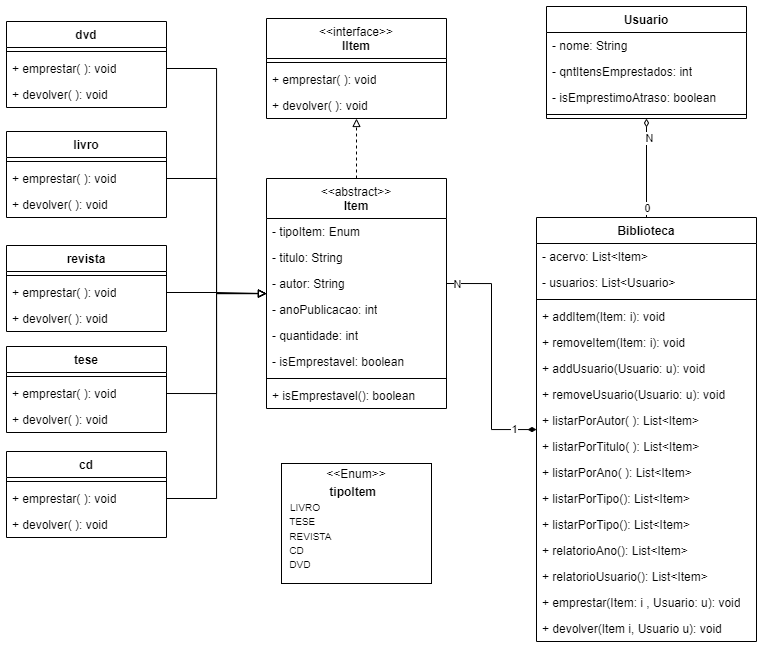
The draw.io diagram docs/diagramas/ClassDiagramLib.png in PUCAulas/projeto-3-jully-bmw, before a commit. Source tidied: cells renumbered, new cells last; positions are measured from the earlier drawing's top-left corner, leaving out a move shared by most shapes.
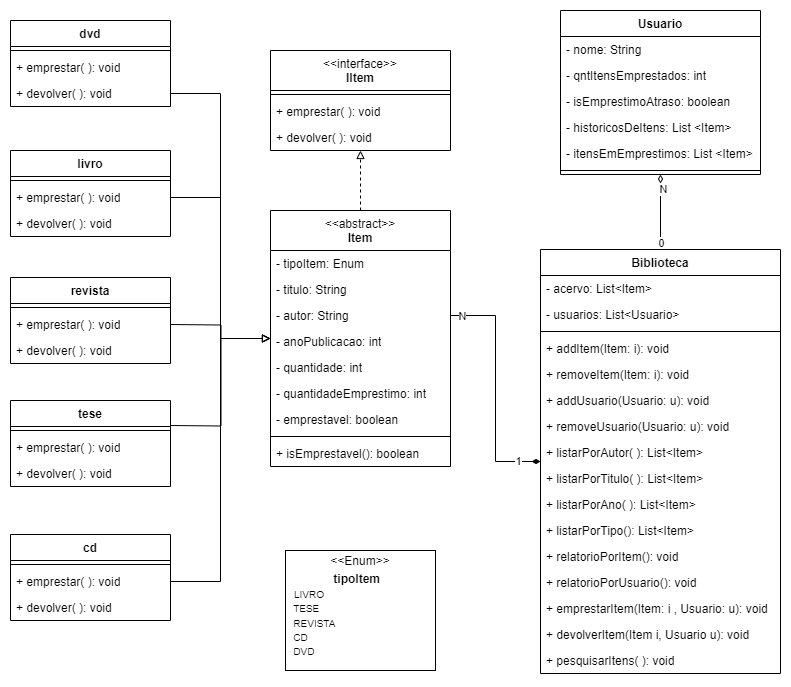
The same diagram one commit later.

Commit message:
updated class diagram

Diff of the diagram source:
```diff
@@ -5,3 +5,3 @@
     <mxCell id="2" value="Usuario" style="swimlane;fontStyle=1;align=center;verticalAlign=top;horizontal=1;startSize=26;whiteSpace=wrap;html=1;" parent="1" vertex="1">
-      <mxGeometry x="540" width="200" height="112" as="geometry" />
+      <mxGeometry x="550" y="-28" width="200" height="164" as="geometry" />
     </mxCell>
@@ -16,4 +16,10 @@
     </mxCell>
+    <mxCell id="70" value="- historicosDeItens: List &amp;lt;Item&amp;gt;" style="text;strokeColor=none;fillColor=none;align=left;verticalAlign=top;spacingLeft=4;spacingRight=4;overflow=hidden;whiteSpace=wrap;html=1;" parent="2" vertex="1">
+      <mxGeometry y="104" width="200" height="26" as="geometry" />
+    </mxCell>
+    <mxCell id="71" value="- itensEmEmprestimos: List &amp;lt;Item&amp;gt;" style="text;strokeColor=none;fillColor=none;align=left;verticalAlign=top;spacingLeft=4;spacingRight=4;overflow=hidden;whiteSpace=wrap;html=1;" parent="2" vertex="1">
+      <mxGeometry y="130" width="200" height="26" as="geometry" />
+    </mxCell>
     <mxCell id="6" style="line;strokeWidth=1;fillColor=none;align=left;verticalAlign=middle;spacingTop=-1;spacingLeft=3;spacingRight=3;labelPosition=right;strokeColor=inherit;" parent="2" vertex="1">
-      <mxGeometry y="104" width="200" height="8" as="geometry" />
+      <mxGeometry y="156" width="200" height="8" as="geometry" />
     </mxCell>
@@ -23,3 +29,3 @@
     <mxCell id="8" value="&lt;span style=&quot;font-weight: normal;&quot;&gt;&amp;lt;&amp;lt;abstract&amp;gt;&amp;gt;&lt;/span&gt;&lt;br&gt;Item" style="swimlane;fontStyle=1;align=center;verticalAlign=top;horizontal=1;startSize=40;whiteSpace=wrap;html=1;" parent="1" vertex="1">
-      <mxGeometry x="260" y="172" width="180" height="230" as="geometry" />
+      <mxGeometry x="260" y="172" width="180" height="256" as="geometry" />
     </mxCell>
@@ -40,10 +46,13 @@
     </mxCell>
+    <mxCell id="72" value="- quantidadeEmprestimo: int" style="text;strokeColor=none;fillColor=none;align=left;verticalAlign=top;spacingLeft=4;spacingRight=4;overflow=hidden;whiteSpace=wrap;html=1;" parent="8" vertex="1">
+      <mxGeometry y="170" width="180" height="26" as="geometry" />
+    </mxCell>
-    <mxCell id="14" value="- isEmprestavel: boolean" style="text;strokeColor=none;fillColor=none;align=left;verticalAlign=top;spacingLeft=4;spacingRight=4;overflow=hidden;whiteSpace=wrap;html=1;" parent="8" vertex="1">
-      <mxGeometry y="170" width="180" height="26" as="geometry" />
+    <mxCell id="14" value="- emprestavel: boolean" style="text;strokeColor=none;fillColor=none;align=left;verticalAlign=top;spacingLeft=4;spacingRight=4;overflow=hidden;whiteSpace=wrap;html=1;" parent="8" vertex="1">
+      <mxGeometry y="196" width="180" height="26" as="geometry" />
     </mxCell>
     <mxCell id="15" style="line;strokeWidth=1;fillColor=none;align=left;verticalAlign=middle;spacingTop=-1;spacingLeft=3;spacingRight=3;labelPosition=right;strokeColor=inherit;" parent="8" vertex="1">
-      <mxGeometry y="196" width="180" height="8" as="geometry" />
+      <mxGeometry y="222" width="180" height="8" as="geometry" />
     </mxCell>
     <mxCell id="16" value="+ isEmprestavel(): boolean" style="text;strokeColor=none;fillColor=none;align=left;verticalAlign=top;spacingLeft=4;spacingRight=4;overflow=hidden;whiteSpace=wrap;html=1;" parent="8" vertex="1">
-      <mxGeometry y="204" width="180" height="26" as="geometry" />
+      <mxGeometry y="230" width="180" height="26" as="geometry" />
     </mxCell>
@@ -62,3 +71,3 @@
     <mxCell id="21" value="&lt;p style=&quot;margin: 4px 0px 0px; text-align: center;&quot;&gt;&amp;lt;&amp;lt;Enum&amp;gt;&amp;gt;&lt;/p&gt;&lt;p style=&quot;margin: 4px 0px 0px; text-align: center;&quot;&gt;&lt;b&gt;tipoItem&lt;/b&gt;&lt;span style=&quot;background-color: initial; text-align: left;&quot;&gt;&amp;nbsp;&amp;nbsp;&lt;/span&gt;&lt;/p&gt;&amp;nbsp;&lt;font style=&quot;font-size: 10px;&quot;&gt; &amp;nbsp;LIVRO&lt;br&gt;&amp;nbsp; &amp;nbsp;TESE&lt;br&gt;&amp;nbsp; &amp;nbsp;REVISTA&lt;br&gt;&amp;nbsp; &amp;nbsp;CD&lt;br&gt;&amp;nbsp; &amp;nbsp;DVD&lt;/font&gt;" style="verticalAlign=top;align=left;overflow=fill;fontSize=12;fontFamily=Helvetica;html=1;whiteSpace=wrap;fontStyle=0;" parent="1" vertex="1">
-      <mxGeometry x="275" y="457" width="150" height="120" as="geometry" />
+      <mxGeometry x="275" y="512" width="150" height="120" as="geometry" />
     </mxCell>
@@ -70,5 +79,5 @@
     </mxCell>
-    <mxCell id="24" value="+ emprestar( ): void" style="text;strokeColor=none;fillColor=none;align=left;verticalAlign=top;spacingLeft=4;spacingRight=4;overflow=hidden;points=[[0,0.5],[1,0.5]];portConstraint=eastwest;whiteSpace=wrap;html=1;" parent="22" vertex="1">
-      <mxGeometry y="34" width="160" height="26" as="geometry" />
-    </mxCell>
+    <mxCell id="73" value="+ emprestar( ): void" style="text;strokeColor=none;fillColor=none;align=left;verticalAlign=top;spacingLeft=4;spacingRight=4;overflow=hidden;whiteSpace=wrap;html=1;" parent="22" vertex="1">
+      <mxGeometry y="34" width="160" height="26" as="geometry" />
+    </mxCell>
     <mxCell id="25" value="+ devolver( ): void" style="text;strokeColor=none;fillColor=none;align=left;verticalAlign=top;spacingLeft=4;spacingRight=4;overflow=hidden;whiteSpace=wrap;html=1;" parent="22" vertex="1">
@@ -77,3 +86,3 @@
     <mxCell id="26" value="livro" style="swimlane;fontStyle=1;align=center;verticalAlign=top;horizontal=1;startSize=26;whiteSpace=wrap;html=1;" parent="1" vertex="1">
-      <mxGeometry y="125" width="160" height="86" as="geometry" />
+      <mxGeometry y="112" width="160" height="86" as="geometry" />
     </mxCell>
@@ -82,5 +91,5 @@
     </mxCell>
-    <mxCell id="28" value="+ emprestar( ): void" style="text;strokeColor=none;fillColor=none;align=left;verticalAlign=top;spacingLeft=4;spacingRight=4;overflow=hidden;points=[[0,0.5],[1,0.5]];portConstraint=eastwest;whiteSpace=wrap;html=1;" parent="26" vertex="1">
-      <mxGeometry y="34" width="160" height="26" as="geometry" />
-    </mxCell>
+    <mxCell id="74" value="+ emprestar( ): void" style="text;strokeColor=none;fillColor=none;align=left;verticalAlign=top;spacingLeft=4;spacingRight=4;overflow=hidden;points=[[0,0.5],[1,0.5]];portConstraint=eastwest;whiteSpace=wrap;html=1;" parent="26" vertex="1">
+      <mxGeometry y="34" width="160" height="26" as="geometry" />
+    </mxCell>
     <mxCell id="29" value="+ devolver( ): void" style="text;strokeColor=none;fillColor=none;align=left;verticalAlign=top;spacingLeft=4;spacingRight=4;overflow=hidden;whiteSpace=wrap;html=1;" parent="26" vertex="1">
@@ -89,3 +98,3 @@
     <mxCell id="30" value="tese" style="swimlane;fontStyle=1;align=center;verticalAlign=top;horizontal=1;startSize=26;whiteSpace=wrap;html=1;" parent="1" vertex="1">
-      <mxGeometry y="340" width="160" height="86" as="geometry" />
+      <mxGeometry y="362" width="160" height="86" as="geometry" />
     </mxCell>
@@ -94,5 +103,5 @@
     </mxCell>
-    <mxCell id="32" value="+ emprestar( ): void" style="text;strokeColor=none;fillColor=none;align=left;verticalAlign=top;spacingLeft=4;spacingRight=4;overflow=hidden;points=[[0,0.5],[1,0.5]];portConstraint=eastwest;whiteSpace=wrap;html=1;" parent="30" vertex="1">
-      <mxGeometry y="34" width="160" height="26" as="geometry" />
-    </mxCell>
+    <mxCell id="75" value="+ emprestar( ): void" style="text;strokeColor=none;fillColor=none;align=left;verticalAlign=top;spacingLeft=4;spacingRight=4;overflow=hidden;whiteSpace=wrap;html=1;" parent="30" vertex="1">
+      <mxGeometry y="34" width="160" height="26" as="geometry" />
+    </mxCell>
     <mxCell id="33" value="+ devolver( ): void" style="text;strokeColor=none;fillColor=none;align=left;verticalAlign=top;spacingLeft=4;spacingRight=4;overflow=hidden;whiteSpace=wrap;html=1;" parent="30" vertex="1">
@@ -101,3 +110,3 @@
     <mxCell id="34" value="dvd" style="swimlane;fontStyle=1;align=center;verticalAlign=top;horizontal=1;startSize=26;whiteSpace=wrap;html=1;" parent="1" vertex="1">
-      <mxGeometry y="15" width="160" height="86" as="geometry" />
+      <mxGeometry y="-18" width="160" height="86" as="geometry" />
     </mxCell>
@@ -106,5 +115,5 @@
     </mxCell>
-    <mxCell id="36" value="+ emprestar( ): void" style="text;strokeColor=none;fillColor=none;align=left;verticalAlign=top;spacingLeft=4;spacingRight=4;overflow=hidden;points=[[0,0.5],[1,0.5]];portConstraint=eastwest;whiteSpace=wrap;html=1;" parent="34" vertex="1">
-      <mxGeometry y="34" width="160" height="26" as="geometry" />
-    </mxCell>
+    <mxCell id="76" value="+ emprestar( ): void" style="text;strokeColor=none;fillColor=none;align=left;verticalAlign=top;spacingLeft=4;spacingRight=4;overflow=hidden;whiteSpace=wrap;html=1;" parent="34" vertex="1">
+      <mxGeometry y="34" width="160" height="26" as="geometry" />
+    </mxCell>
     <mxCell id="37" value="+ devolver( ): void" style="text;strokeColor=none;fillColor=none;align=left;verticalAlign=top;spacingLeft=4;spacingRight=4;overflow=hidden;whiteSpace=wrap;html=1;" parent="34" vertex="1">
@@ -112,14 +121,2 @@
     </mxCell>
-    <mxCell id="38" value="cd" style="swimlane;fontStyle=1;align=center;verticalAlign=top;horizontal=1;startSize=26;whiteSpace=wrap;html=1;" parent="1" vertex="1">
-      <mxGeometry y="445" width="160" height="86" as="geometry" />
-    </mxCell>
-    <mxCell id="39" style="line;strokeWidth=1;fillColor=none;align=left;verticalAlign=middle;spacingTop=-1;spacingLeft=3;spacingRight=3;labelPosition=right;strokeColor=inherit;" parent="38" vertex="1">
-      <mxGeometry y="26" width="160" height="8" as="geometry" />
-    </mxCell>
-    <mxCell id="40" value="+ emprestar( ): void" style="text;strokeColor=none;fillColor=none;align=left;verticalAlign=top;spacingLeft=4;spacingRight=4;overflow=hidden;points=[[0,0.5],[1,0.5]];portConstraint=eastwest;whiteSpace=wrap;html=1;" parent="38" vertex="1">
-      <mxGeometry y="34" width="160" height="26" as="geometry" />
-    </mxCell>
-    <mxCell id="41" value="+ devolver( ): void" style="text;strokeColor=none;fillColor=none;align=left;verticalAlign=top;spacingLeft=4;spacingRight=4;overflow=hidden;whiteSpace=wrap;html=1;" parent="38" vertex="1">
-      <mxGeometry y="60" width="160" height="26" as="geometry" />
-    </mxCell>
     <mxCell id="42" style="edgeStyle=orthogonalEdgeStyle;rounded=0;jettySize=auto;html=1;exitX=0.5;exitY=0;exitDx=0;exitDy=0;endArrow=diamondThin;endFill=0;" parent="1" edge="1" source="45" target="2">
@@ -134,52 +131,52 @@
     <mxCell id="45" value="Biblioteca" style="swimlane;fontStyle=1;align=center;verticalAlign=top;horizontal=1;startSize=26;whiteSpace=wrap;html=1;" parent="1" vertex="1">
-      <mxGeometry x="530" y="211" width="220" height="424" as="geometry" />
+      <mxGeometry x="530" y="211" width="240" height="424" as="geometry" />
     </mxCell>
     <mxCell id="46" value="- acervo: List&amp;lt;Item&amp;gt;" style="text;strokeColor=none;fillColor=none;align=left;verticalAlign=top;spacingLeft=4;spacingRight=4;overflow=hidden;whiteSpace=wrap;html=1;" parent="45" vertex="1">
-      <mxGeometry y="26" width="220" height="26" as="geometry" />
+      <mxGeometry y="26" width="240" height="26" as="geometry" />
     </mxCell>
     <mxCell id="47" value="- usuarios: List&amp;lt;Usuario&amp;gt;" style="text;strokeColor=none;fillColor=none;align=left;verticalAlign=top;spacingLeft=4;spacingRight=4;overflow=hidden;whiteSpace=wrap;html=1;" parent="45" vertex="1">
-      <mxGeometry y="52" width="220" height="26" as="geometry" />
+      <mxGeometry y="52" width="240" height="26" as="geometry" />
     </mxCell>
     <mxCell id="48" style="line;strokeWidth=1;fillColor=none;align=left;verticalAlign=middle;spacingTop=-1;spacingLeft=3;spacingRight=3;labelPosition=right;strokeColor=inherit;" parent="45" vertex="1">
-      <mxGeometry y="78" width="220" height="8" as="geometry" />
+      <mxGeometry y="78" width="240" height="8" as="geometry" />
     </mxCell>
     <mxCell id="49" value="+ addItem(Item: i): void" style="text;strokeColor=none;fillColor=none;align=left;verticalAlign=top;spacingLeft=4;spacingRight=4;overflow=hidden;whiteSpace=wrap;html=1;" parent="45" vertex="1">
-      <mxGeometry y="86" width="220" height="26" as="geometry" />
+      <mxGeometry y="86" width="240" height="26" as="geometry" />
     </mxCell>
     <mxCell id="50" value="+ removeItem(Item: i): void" style="text;strokeColor=none;fillColor=none;align=left;verticalAlign=top;spacingLeft=4;spacingRight=4;overflow=hidden;whiteSpace=wrap;html=1;" parent="45" vertex="1">
-      <mxGeometry y="112" width="220" height="26" as="geometry" />
+      <mxGeometry y="112" width="240" height="26" as="geometry" />
     </mxCell>
     <mxCell id="51" value="+ addUsuario(Usuario: u): void" style="text;strokeColor=none;fillColor=none;align=left;verticalAlign=top;spacingLeft=4;spacingRight=4;overflow=hidden;whiteSpace=wrap;html=1;" parent="45" vertex="1">
-      <mxGeometry y="138" width="220" height="26" as="geometry" />
+      <mxGeometry y="138" width="240" height="26" as="geometry" />
     </mxCell>
     <mxCell id="52" value="+ removeUsuario(Usuario: u): void" style="text;strokeColor=none;fillColor=none;align=left;verticalAlign=top;spacingLeft=4;spacingRight=4;overflow=hidden;whiteSpace=wrap;html=1;" parent="45" vertex="1">
-      <mxGeometry y="164" width="220" height="26" as="geometry" />
+      <mxGeometry y="164" width="240" height="26" as="geometry" />
     </mxCell>
     <mxCell id="53" value="+ listarPorAutor( ): List&amp;lt;Item&amp;gt;&amp;nbsp;" style="text;strokeColor=none;fillColor=none;align=left;verticalAlign=top;spacingLeft=4;spacingRight=4;overflow=hidden;whiteSpace=wrap;html=1;" parent="45" vertex="1">
-      <mxGeometry y="190" width="220" height="26" as="geometry" />
+      <mxGeometry y="190" width="240" height="26" as="geometry" />
     </mxCell>
     <mxCell id="54" value="+ listarPorTitulo( ): List&amp;lt;Item&amp;gt;&amp;nbsp;" style="text;strokeColor=none;fillColor=none;align=left;verticalAlign=top;spacingLeft=4;spacingRight=4;overflow=hidden;whiteSpace=wrap;html=1;" parent="45" vertex="1">
-      <mxGeometry y="216" width="220" height="26" as="geometry" />
+      <mxGeometry y="216" width="240" height="26" as="geometry" />
     </mxCell>
     <mxCell id="55" value="+ listarPorAno( ): List&amp;lt;Item&amp;gt;&amp;nbsp;" style="text;strokeColor=none;fillColor=none;align=left;verticalAlign=top;spacingLeft=4;spacingRight=4;overflow=hidden;whiteSpace=wrap;html=1;" parent="45" vertex="1">
-      <mxGeometry y="242" width="220" height="26" as="geometry" />
+      <mxGeometry y="242" width="240" height="26" as="geometry" />
     </mxCell>
     <mxCell id="56" value="+ listarPorTipo(): List&amp;lt;Item&amp;gt;&amp;nbsp;" style="text;strokeColor=none;fillColor=none;align=left;verticalAlign=top;spacingLeft=4;spacingRight=4;overflow=hidden;whiteSpace=wrap;html=1;" parent="45" vertex="1">
-      <mxGeometry y="268" width="220" height="26" as="geometry" />
+      <mxGeometry y="268" width="240" height="26" as="geometry" />
     </mxCell>
-    <mxCell id="57" value="+ listarPorTipo(): List&amp;lt;Item&amp;gt;&amp;nbsp;" style="text;strokeColor=none;fillColor=none;align=left;verticalAlign=top;spacingLeft=4;spacingRight=4;overflow=hidden;whiteSpace=wrap;html=1;" parent="45" vertex="1">
-      <mxGeometry y="294" width="220" height="26" as="geometry" />
-    </mxCell>
-    <mxCell id="58" value="+ relatorioAno(): List&amp;lt;Item&amp;gt;&amp;nbsp;" style="text;strokeColor=none;fillColor=none;align=left;verticalAlign=top;spacingLeft=4;spacingRight=4;overflow=hidden;whiteSpace=wrap;html=1;" parent="45" vertex="1">
-      <mxGeometry y="320" width="220" height="26" as="geometry" />
+    <mxCell id="58" value="+ relatorioPorItem(): void&amp;nbsp;" style="text;strokeColor=none;fillColor=none;align=left;verticalAlign=top;spacingLeft=4;spacingRight=4;overflow=hidden;whiteSpace=wrap;html=1;" parent="45" vertex="1">
+      <mxGeometry y="294" width="240" height="26" as="geometry" />
     </mxCell>
-    <mxCell id="59" value="+ relatorioUsuario(): List&amp;lt;Item&amp;gt;&amp;nbsp;" style="text;strokeColor=none;fillColor=none;align=left;verticalAlign=top;spacingLeft=4;spacingRight=4;overflow=hidden;whiteSpace=wrap;html=1;" parent="45" vertex="1">
-      <mxGeometry y="346" width="220" height="26" as="geometry" />
+    <mxCell id="59" value="+ relatorioPorUsuario(): void&amp;nbsp;" style="text;strokeColor=none;fillColor=none;align=left;verticalAlign=top;spacingLeft=4;spacingRight=4;overflow=hidden;whiteSpace=wrap;html=1;" parent="45" vertex="1">
+      <mxGeometry y="320" width="240" height="26" as="geometry" />
     </mxCell>
-    <mxCell id="60" value="+ emprestar(Item: i , Usuario: u): void" style="text;strokeColor=none;fillColor=none;align=left;verticalAlign=top;spacingLeft=4;spacingRight=4;overflow=hidden;whiteSpace=wrap;html=1;" parent="45" vertex="1">
-      <mxGeometry y="372" width="220" height="26" as="geometry" />
+    <mxCell id="60" value="+ emprestarItem(Item: i , Usuario: u): void" style="text;strokeColor=none;fillColor=none;align=left;verticalAlign=top;spacingLeft=4;spacingRight=4;overflow=hidden;whiteSpace=wrap;html=1;" parent="45" vertex="1">
+      <mxGeometry y="346" width="240" height="26" as="geometry" />
     </mxCell>
-    <mxCell id="61" value="+ devolver(Item i, Usuario u): void" style="text;strokeColor=none;fillColor=none;align=left;verticalAlign=top;spacingLeft=4;spacingRight=4;overflow=hidden;whiteSpace=wrap;html=1;" parent="45" vertex="1">
-      <mxGeometry y="398" width="220" height="26" as="geometry" />
+    <mxCell id="61" value="+ devolverItem(Item i, Usuario u): void" style="text;strokeColor=none;fillColor=none;align=left;verticalAlign=top;spacingLeft=4;spacingRight=4;overflow=hidden;whiteSpace=wrap;html=1;" parent="45" vertex="1">
+      <mxGeometry y="372" width="240" height="26" as="geometry" />
     </mxCell>
+    <mxCell id="77" value="+ pesquisarItens( ): void" style="text;strokeColor=none;fillColor=none;align=left;verticalAlign=top;spacingLeft=4;spacingRight=4;overflow=hidden;whiteSpace=wrap;html=1;" parent="45" vertex="1">
+      <mxGeometry y="398" width="240" height="26" as="geometry" />
+    </mxCell>
     <mxCell id="62" style="edgeStyle=orthogonalEdgeStyle;rounded=0;jettySize=auto;html=1;exitX=1;exitY=0.5;exitDx=0;exitDy=0;endArrow=diamondThin;endFill=1;" parent="1" edge="1" source="11" target="45">
@@ -193,16 +190,19 @@
     </mxCell>
-    <mxCell id="65" style="edgeStyle=orthogonalEdgeStyle;rounded=0;jettySize=auto;html=1;exitX=1;exitY=0.5;exitDx=0;exitDy=0;endArrow=block;endFill=0;" parent="1" edge="1" source="24" target="8">
-      <mxGeometry relative="1" as="geometry" />
+    <mxCell id="65" style="edgeStyle=orthogonalEdgeStyle;rounded=0;jettySize=auto;html=1;exitX=1;exitY=0.5;exitDx=0;exitDy=0;endArrow=block;endFill=0;" parent="1" edge="1" target="8">
+      <mxGeometry relative="1" as="geometry">
+        <mxPoint x="160" y="286" as="sourcePoint" />
+      </mxGeometry>
     </mxCell>
-    <mxCell id="66" style="edgeStyle=orthogonalEdgeStyle;rounded=0;jettySize=auto;html=1;exitX=1;exitY=0.5;exitDx=0;exitDy=0;endArrow=block;endFill=0;" parent="1" edge="1" source="28" target="8">
-      <mxGeometry relative="1" as="geometry" />
-    </mxCell>
-    <mxCell id="67" style="edgeStyle=orthogonalEdgeStyle;rounded=0;jettySize=auto;html=1;exitX=1;exitY=0.5;exitDx=0;exitDy=0;endArrow=block;endFill=0;" parent="1" edge="1" source="32" target="8">
-      <mxGeometry relative="1" as="geometry" />
+    <mxCell id="67" style="edgeStyle=orthogonalEdgeStyle;rounded=0;jettySize=auto;html=1;exitX=1;exitY=0.5;exitDx=0;exitDy=0;endArrow=block;endFill=0;" parent="1" edge="1" target="8">
+      <mxGeometry relative="1" as="geometry">
+        <mxPoint x="160" y="387" as="sourcePoint" />
+      </mxGeometry>
     </mxCell>
-    <mxCell id="68" style="edgeStyle=orthogonalEdgeStyle;rounded=0;jettySize=auto;html=1;exitX=1;exitY=0.5;exitDx=0;exitDy=0;endArrow=block;endFill=0;" parent="1" edge="1" source="36" target="8">
+    <mxCell id="68" style="edgeStyle=orthogonalEdgeStyle;rounded=0;orthogonalLoop=1;jettySize=auto;html=1;exitX=1;exitY=0.5;exitDx=0;exitDy=0;endArrow=none;endFill=0;" parent="1" edge="1">
       <mxGeometry relative="1" as="geometry">
+        <mxPoint x="160" y="22" as="sourcePoint" />
+        <mxPoint x="210" y="280" as="targetPoint" />
         <Array as="points">
-          <mxPoint x="210" y="62" />
-          <mxPoint x="210" y="287" />
+          <mxPoint x="160" y="55" />
+          <mxPoint x="210" y="55" />
         </Array>
@@ -210,7 +210,7 @@
     </mxCell>
-    <mxCell id="69" style="edgeStyle=orthogonalEdgeStyle;rounded=0;jettySize=auto;html=1;exitX=1;exitY=0.5;exitDx=0;exitDy=0;endArrow=block;endFill=0;" parent="1" edge="1" source="40" target="8">
+    <mxCell id="69" style="edgeStyle=orthogonalEdgeStyle;rounded=0;jettySize=auto;html=1;exitX=1;exitY=0.5;exitDx=0;exitDy=0;endArrow=none;endFill=0;" parent="1" edge="1" source="78">
       <mxGeometry relative="1" as="geometry">
+        <mxPoint x="210" y="300" as="targetPoint" />
         <Array as="points">
-          <mxPoint x="210" y="492" />
-          <mxPoint x="210" y="287" />
+          <mxPoint x="210" y="543" />
         </Array>
@@ -218,2 +218,17 @@
     </mxCell>
+    <mxCell id="38" value="cd" style="swimlane;fontStyle=1;align=center;verticalAlign=top;horizontal=1;startSize=26;whiteSpace=wrap;html=1;" parent="1" vertex="1">
+      <mxGeometry y="496" width="160" height="86" as="geometry" />
+    </mxCell>
+    <mxCell id="39" style="line;strokeWidth=1;fillColor=none;align=left;verticalAlign=middle;spacingTop=-1;spacingLeft=3;spacingRight=3;labelPosition=right;strokeColor=inherit;" parent="38" vertex="1">
+      <mxGeometry y="26" width="160" height="8" as="geometry" />
+    </mxCell>
+    <mxCell id="78" value="+ emprestar( ): void" style="text;strokeColor=none;fillColor=none;align=left;verticalAlign=top;spacingLeft=4;spacingRight=4;overflow=hidden;points=[[0,0.5],[1,0.5]];portConstraint=eastwest;whiteSpace=wrap;html=1;" parent="38" vertex="1">
+      <mxGeometry y="34" width="160" height="26" as="geometry" />
+    </mxCell>
+    <mxCell id="41" value="+ devolver( ): void" style="text;strokeColor=none;fillColor=none;align=left;verticalAlign=top;spacingLeft=4;spacingRight=4;overflow=hidden;whiteSpace=wrap;html=1;" parent="38" vertex="1">
+      <mxGeometry y="60" width="160" height="26" as="geometry" />
+    </mxCell>
+    <mxCell id="79" style="edgeStyle=orthogonalEdgeStyle;rounded=0;jettySize=auto;html=1;exitX=1;exitY=0.5;exitDx=0;exitDy=0;endArrow=block;endFill=0;" parent="1" edge="1" source="74" target="8">
+      <mxGeometry relative="1" as="geometry" />
+    </mxCell>
   </root>
```
